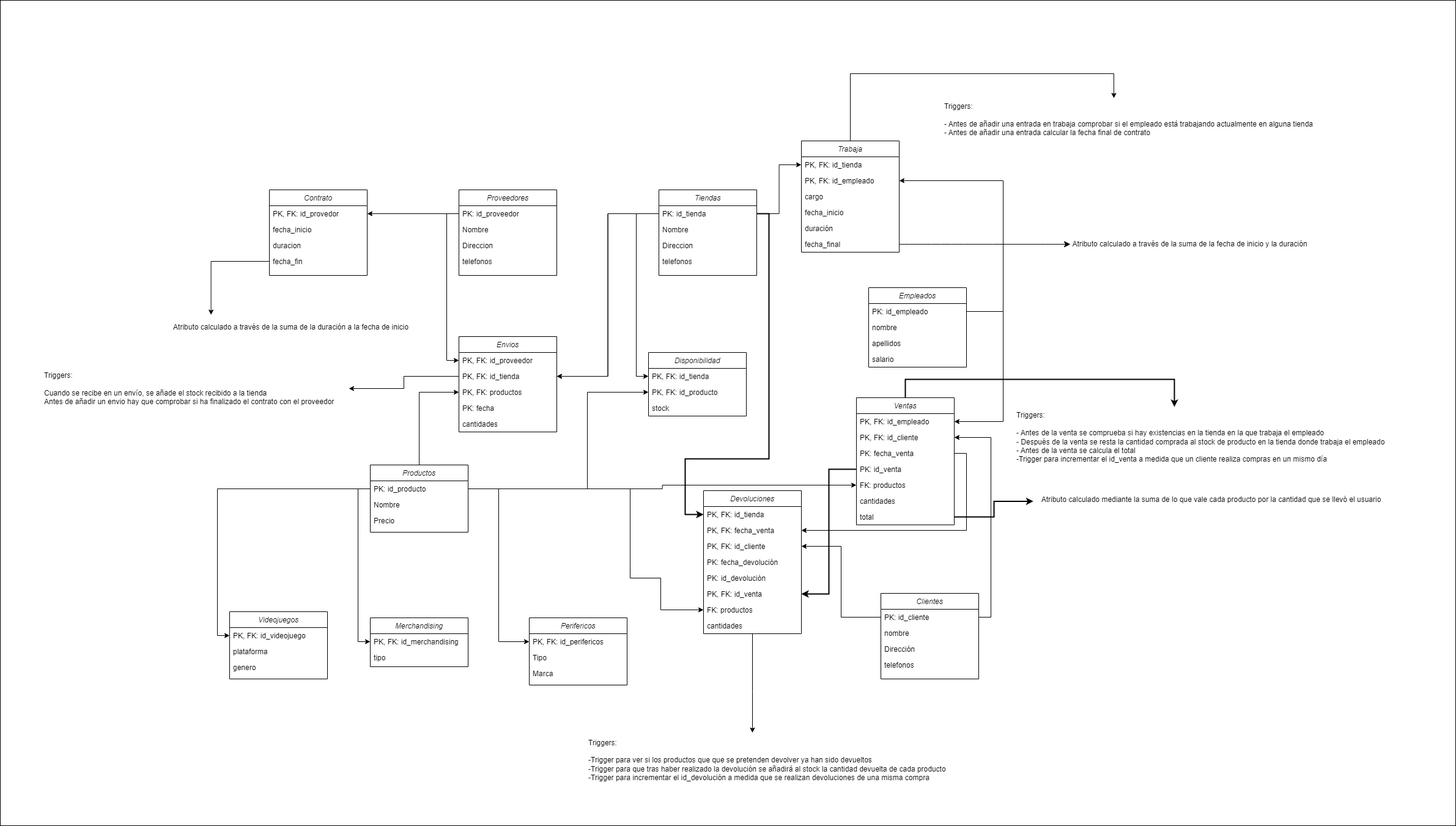
JonayVE-dev/ProyectoFinalADBD keeps this draw.io diagram as relacional-proyecto.png. Above is the earlier version. Source tidied: cells renumbered, new cells last; positions are measured from the earlier drawing's top-left corner, leaving out a move shared by most shapes.
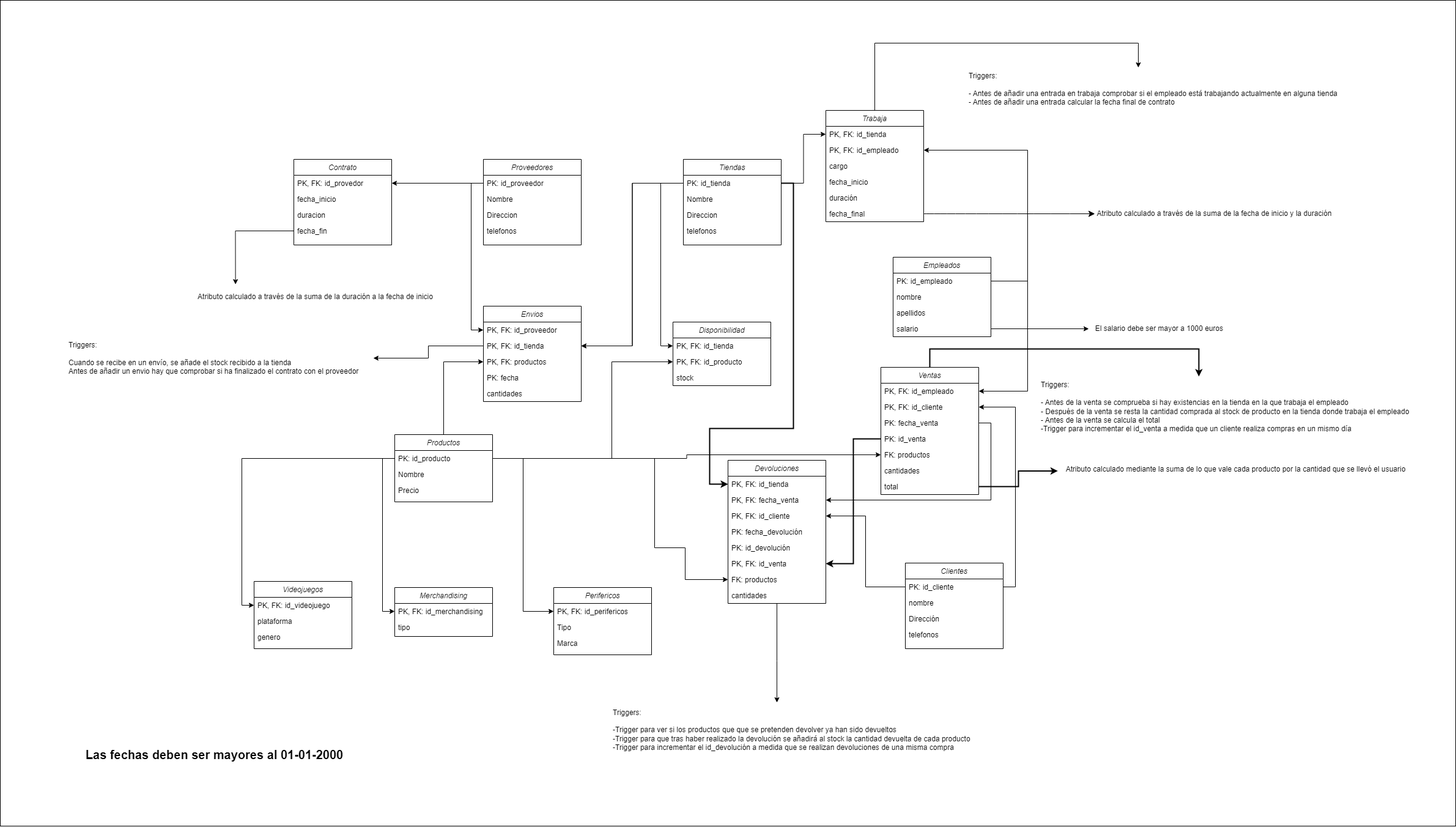
After the commit.

What changed in the source:
```diff
@@ -3,7 +3,7 @@
     <mxCell id="0" />
     <mxCell id="1" parent="0" />
     <mxCell id="2" style="rounded=0;whiteSpace=wrap;html=1;" parent="1" vertex="1">
-      <mxGeometry width="2380" height="1350" as="geometry" />
+      <mxGeometry x="-40" y="50" width="2380" height="1350" as="geometry" />
     </mxCell>
     <mxCell id="3" value="Contrato" style="swimlane;fontStyle=2;align=center;verticalAlign=top;horizontal=1;startSize=26;rounded=0;shadow=0;strokeWidth=1;" parent="1" vertex="1">
       <mxGeometry x="440" y="310" width="160" height="140" as="geometry" />
@@ -375,5 +375,14 @@
     <mxCell id="110" style="edgeStyle=orthogonalEdgeStyle;rounded=0;jettySize=auto;html=1;entryX=1;entryY=0.5;entryDx=0;entryDy=0;strokeWidth=2;" parent="1" edge="1" source="66" target="77">
       <mxGeometry relative="1" as="geometry" />
     </mxCell>
+    <mxCell id="111" value="El salario debe ser mayor a 1000 euros" style="text;html=1;align=center;verticalAlign=middle;points=[];strokeColor=none;fillColor=none;" parent="1" vertex="1">
+      <mxGeometry x="1740" y="572" width="230" height="30" as="geometry" />
+    </mxCell>
+    <mxCell id="112" style="edgeStyle=orthogonalEdgeStyle;rounded=0;jettySize=auto;html=1;" parent="1" edge="1" source="12" target="111">
+      <mxGeometry relative="1" as="geometry" />
+    </mxCell>
+    <mxCell id="113" value="&lt;b&gt;&lt;font style=&quot;font-size: 20px;&quot;&gt;Las fechas deben ser mayores al 01-01-2000&lt;/font&gt;&lt;/b&gt;" style="text;html=1;align=center;verticalAlign=middle;strokeColor=none;fillColor=none;" parent="1" vertex="1">
+      <mxGeometry x="90" y="1263" width="440" height="40" as="geometry" />
+    </mxCell>
   </root>
 </mxGraphModel>
```
